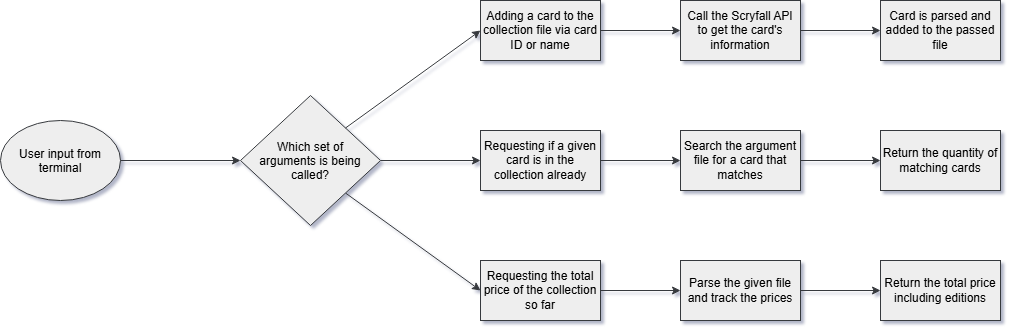
This is Diagram.png from cdyvig/MTGCardFetcher, a draw.io export, as it was before one commit. Source tidied: cells renumbered, new cells last; positions are measured from the earlier drawing's top-left corner, leaving out a move shared by most shapes.
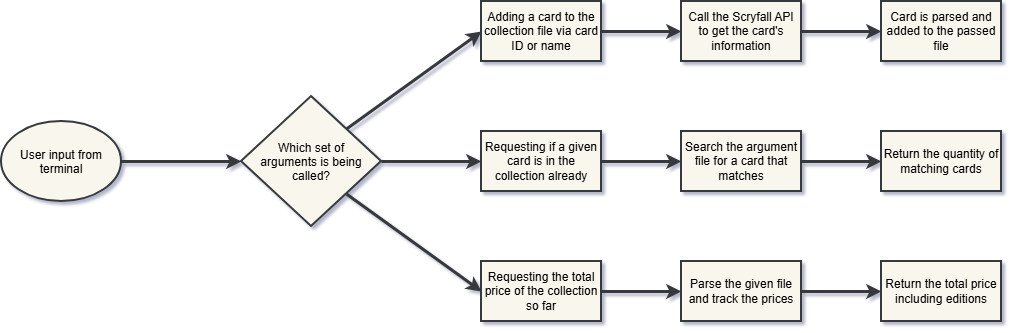
The same file after the commit.

Commit message:
Making diagram more readable and arrows visible

Diff of the diagram source:
```diff
@@ -2,69 +2,69 @@
   <root>
     <mxCell id="0" />
     <mxCell id="1" parent="0" />
-    <mxCell id="2" style="rounded=0;jettySize=auto;html=1;defaultLabelBackgroundColor=page;fontColor=default;fillColor=#eeeeee;strokeColor=#36393d;" parent="1" edge="1" source="3" target="15">
+    <mxCell id="2" style="rounded=0;jettySize=auto;html=1;defaultLabelBackgroundColor=page;fontColor=default;fillColor=#f9f7ed;strokeColor=light-dark(#36393D, #ffffff);strokeWidth=3;startSize=6;" parent="1" edge="1" source="3" target="15">
       <mxGeometry relative="1" as="geometry" />
     </mxCell>
-    <mxCell id="3" value="Adding a card to the collection file via card ID or name" style="rounded=0;whiteSpace=wrap;html=1;labelBackgroundColor=none;fillColor=#eeeeee;strokeColor=#36393d;" parent="1" vertex="1">
+    <mxCell id="3" value="Adding a card to the collection file via card ID or name" style="rounded=0;whiteSpace=wrap;html=1;labelBackgroundColor=none;fillColor=#f9f7ed;strokeColor=light-dark(#36393D,#F7FBFF);strokeWidth=2;" parent="1" vertex="1">
       <mxGeometry x="480" width="120" height="60" as="geometry" />
     </mxCell>
-    <mxCell id="4" style="edgeStyle=orthogonalEdgeStyle;rounded=0;jettySize=auto;html=1;defaultLabelBackgroundColor=page;fontColor=default;fillColor=#eeeeee;strokeColor=#36393d;" parent="1" edge="1" source="5" target="21">
+    <mxCell id="4" style="edgeStyle=orthogonalEdgeStyle;rounded=0;jettySize=auto;html=1;defaultLabelBackgroundColor=page;fontColor=default;fillColor=#f9f7ed;strokeColor=light-dark(#36393D, #ffffff);strokeWidth=3;startSize=6;" parent="1" edge="1" source="5" target="21">
       <mxGeometry relative="1" as="geometry" />
     </mxCell>
-    <mxCell id="5" value="Requesting the total price of the collection so far" style="rounded=0;whiteSpace=wrap;html=1;labelBackgroundColor=none;fillColor=#eeeeee;strokeColor=#36393d;" parent="1" vertex="1">
+    <mxCell id="5" value="Requesting the total price of the collection so far" style="rounded=0;whiteSpace=wrap;html=1;labelBackgroundColor=none;fillColor=#f9f7ed;strokeColor=light-dark(#36393D,#F7FBFF);strokeWidth=2;" parent="1" vertex="1">
       <mxGeometry x="480" y="260" width="120" height="60" as="geometry" />
     </mxCell>
-    <mxCell id="6" value="User input from terminal" style="ellipse;whiteSpace=wrap;html=1;shapeInside=1;labelBackgroundColor=none;fillColor=#eeeeee;strokeColor=#36393d;" parent="1" vertex="1">
+    <mxCell id="6" value="User input from terminal" style="ellipse;whiteSpace=wrap;html=1;shapeInside=1;labelBackgroundColor=none;fillColor=#f9f7ed;strokeColor=light-dark(#36393D,#F7FBFF);strokeWidth=2;" parent="1" vertex="1">
       <mxGeometry y="120" width="120" height="80" as="geometry" />
     </mxCell>
-    <mxCell id="7" style="endArrow=classic;html=1;rounded=0;defaultLabelBackgroundColor=page;exitX=1;exitY=0.5;exitDx=0;exitDy=0;entryX=0;entryY=0.5;entryDx=0;entryDy=0;fontColor=default;fillColor=#eeeeee;strokeColor=#36393d;" parent="1" edge="1" source="6">
+    <mxCell id="7" style="endArrow=classic;html=1;rounded=0;defaultLabelBackgroundColor=page;exitX=1;exitY=0.5;exitDx=0;exitDy=0;entryX=0;entryY=0.5;entryDx=0;entryDy=0;fontColor=default;fillColor=#f9f7ed;strokeColor=light-dark(#36393D, #ffffff);strokeWidth=3;startSize=6;" parent="1" edge="1" source="6">
       <mxGeometry relative="1" as="geometry">
         <mxPoint x="240" y="160" as="targetPoint" />
       </mxGeometry>
     </mxCell>
-    <mxCell id="8" style="rounded=0;jettySize=auto;html=1;exitX=1;exitY=1;exitDx=0;exitDy=0;defaultLabelBackgroundColor=page;entryX=0;entryY=0.5;entryDx=0;entryDy=0;fontColor=default;fillColor=#eeeeee;strokeColor=#36393d;" parent="1" edge="1" source="10" target="5">
+    <mxCell id="8" style="rounded=0;jettySize=auto;html=1;exitX=1;exitY=1;exitDx=0;exitDy=0;defaultLabelBackgroundColor=page;entryX=0;entryY=0.5;entryDx=0;entryDy=0;fontColor=default;fillColor=#f9f7ed;strokeColor=light-dark(#36393D, #ffffff);strokeWidth=3;startSize=6;" parent="1" edge="1" source="10" target="5">
       <mxGeometry x="-0.18" relative="1" as="geometry" />
     </mxCell>
-    <mxCell id="9" style="edgeStyle=orthogonalEdgeStyle;rounded=0;jettySize=auto;html=1;defaultLabelBackgroundColor=page;entryX=0;entryY=0.5;entryDx=0;entryDy=0;fontColor=default;fillColor=#eeeeee;strokeColor=#36393d;" parent="1" edge="1" source="10" target="13">
+    <mxCell id="9" style="edgeStyle=orthogonalEdgeStyle;rounded=0;jettySize=auto;html=1;defaultLabelBackgroundColor=page;entryX=0;entryY=0.5;entryDx=0;entryDy=0;fontColor=default;fillColor=#f9f7ed;strokeColor=light-dark(#36393D, #ffffff);strokeWidth=3;startSize=6;" parent="1" edge="1" source="10" target="13">
       <mxGeometry relative="1" as="geometry" />
     </mxCell>
-    <mxCell id="10" value="Which set of arguments is being called?" style="rhombus;whiteSpace=wrap;html=1;shapeInside=1;labelBackgroundColor=none;fillColor=#eeeeee;strokeColor=#36393d;" parent="1" vertex="1">
+    <mxCell id="10" value="Which set of arguments is being called?" style="rhombus;whiteSpace=wrap;html=1;shapeInside=1;labelBackgroundColor=none;fillColor=#f9f7ed;strokeColor=light-dark(#36393D,#F7FBFF);strokeWidth=2;" parent="1" vertex="1">
       <mxGeometry x="240" y="95" width="140" height="130" as="geometry" />
     </mxCell>
-    <mxCell id="11" style="endArrow=classic;html=1;rounded=0;defaultLabelBackgroundColor=page;exitX=1;exitY=0;exitDx=0;exitDy=0;entryX=0;entryY=0.5;entryDx=0;entryDy=0;fontColor=default;fillColor=#eeeeee;strokeColor=#36393d;" parent="1" edge="1" source="10" target="3">
+    <mxCell id="11" style="endArrow=classic;html=1;rounded=0;defaultLabelBackgroundColor=page;exitX=1;exitY=0;exitDx=0;exitDy=0;entryX=0;entryY=0.5;entryDx=0;entryDy=0;fontColor=default;fillColor=#f9f7ed;strokeColor=light-dark(#36393D, #ffffff);strokeWidth=3;startSize=6;" parent="1" edge="1" source="10" target="3">
       <mxGeometry relative="1" as="geometry" />
     </mxCell>
-    <mxCell id="12" style="edgeStyle=orthogonalEdgeStyle;rounded=0;jettySize=auto;html=1;defaultLabelBackgroundColor=page;fontColor=default;fillColor=#eeeeee;strokeColor=#36393d;" parent="1" edge="1" source="13" target="18">
+    <mxCell id="12" style="edgeStyle=orthogonalEdgeStyle;rounded=0;jettySize=auto;html=1;defaultLabelBackgroundColor=page;fontColor=default;fillColor=#f9f7ed;strokeColor=light-dark(#36393D, #ffffff);strokeWidth=3;startSize=6;" parent="1" edge="1" source="13" target="18">
       <mxGeometry relative="1" as="geometry" />
     </mxCell>
-    <mxCell id="13" value="Requesting if a given card is in the collection already" style="rounded=0;whiteSpace=wrap;html=1;labelBackgroundColor=none;fillColor=#eeeeee;strokeColor=#36393d;" parent="1" vertex="1">
+    <mxCell id="13" value="Requesting if a given card is in the collection already" style="rounded=0;whiteSpace=wrap;html=1;labelBackgroundColor=none;fillColor=#f9f7ed;strokeColor=light-dark(#36393D,#F7FBFF);strokeWidth=2;" parent="1" vertex="1">
       <mxGeometry x="480" y="130" width="120" height="60" as="geometry" />
     </mxCell>
-    <mxCell id="14" style="edgeStyle=orthogonalEdgeStyle;rounded=0;jettySize=auto;html=1;defaultLabelBackgroundColor=page;fontColor=default;fillColor=#eeeeee;strokeColor=#36393d;" parent="1" edge="1" source="15" target="16">
+    <mxCell id="14" style="edgeStyle=orthogonalEdgeStyle;rounded=0;jettySize=auto;html=1;defaultLabelBackgroundColor=page;fontColor=default;fillColor=#f9f7ed;strokeColor=light-dark(#36393D, #ffffff);strokeWidth=3;startSize=6;" parent="1" edge="1" source="15" target="16">
       <mxGeometry relative="1" as="geometry" />
     </mxCell>
-    <mxCell id="15" value="Call the Scryfall API to get the card's information" style="whiteSpace=wrap;html=1;rounded=0;labelBackgroundColor=none;fillColor=#eeeeee;strokeColor=#36393d;" parent="1" vertex="1">
+    <mxCell id="15" value="Call the Scryfall API to get the card's information" style="whiteSpace=wrap;html=1;rounded=0;labelBackgroundColor=none;fillColor=#f9f7ed;strokeColor=light-dark(#36393D,#F7FBFF);strokeWidth=2;" parent="1" vertex="1">
       <mxGeometry x="680" width="120" height="60" as="geometry" />
     </mxCell>
-    <mxCell id="16" value="Card is parsed and added to the passed file" style="whiteSpace=wrap;html=1;rounded=0;labelBackgroundColor=none;fillColor=#eeeeee;strokeColor=#36393d;" parent="1" vertex="1">
+    <mxCell id="16" value="Card is parsed and added to the passed file" style="whiteSpace=wrap;html=1;rounded=0;labelBackgroundColor=none;fillColor=#f9f7ed;strokeColor=light-dark(#36393D,#F7FBFF);strokeWidth=2;" parent="1" vertex="1">
       <mxGeometry x="880" width="120" height="60" as="geometry" />
     </mxCell>
-    <mxCell id="17" style="edgeStyle=orthogonalEdgeStyle;rounded=0;jettySize=auto;html=1;defaultLabelBackgroundColor=page;fontColor=default;fillColor=#eeeeee;strokeColor=#36393d;" parent="1" edge="1" source="18" target="19">
+    <mxCell id="17" style="edgeStyle=orthogonalEdgeStyle;rounded=0;jettySize=auto;html=1;defaultLabelBackgroundColor=page;fontColor=default;fillColor=#f9f7ed;strokeColor=light-dark(#36393D, #ffffff);strokeWidth=3;startSize=6;" parent="1" edge="1" source="18" target="19">
       <mxGeometry relative="1" as="geometry" />
     </mxCell>
-    <mxCell id="18" value="Search the argument file for a card that matches" style="whiteSpace=wrap;html=1;rounded=0;labelBackgroundColor=none;fillColor=#eeeeee;strokeColor=#36393d;" parent="1" vertex="1">
+    <mxCell id="18" value="Search the argument file for a card that matches" style="whiteSpace=wrap;html=1;rounded=0;labelBackgroundColor=none;fillColor=#f9f7ed;strokeColor=light-dark(#36393D,#F7FBFF);strokeWidth=2;" parent="1" vertex="1">
       <mxGeometry x="680" y="130" width="120" height="60" as="geometry" />
     </mxCell>
-    <mxCell id="19" value="Return the quantity of matching cards" style="whiteSpace=wrap;html=1;rounded=0;labelBackgroundColor=none;fillColor=#eeeeee;strokeColor=#36393d;" parent="1" vertex="1">
+    <mxCell id="19" value="Return the quantity of matching cards" style="whiteSpace=wrap;html=1;rounded=0;labelBackgroundColor=none;fillColor=#f9f7ed;strokeColor=light-dark(#36393D,#F7FBFF);strokeWidth=2;" parent="1" vertex="1">
       <mxGeometry x="880" y="130" width="120" height="60" as="geometry" />
     </mxCell>
-    <mxCell id="20" style="edgeStyle=orthogonalEdgeStyle;rounded=0;jettySize=auto;html=1;defaultLabelBackgroundColor=page;fontColor=default;fillColor=#eeeeee;strokeColor=#36393d;" parent="1" edge="1" source="21" target="22">
+    <mxCell id="20" style="edgeStyle=orthogonalEdgeStyle;rounded=0;jettySize=auto;html=1;defaultLabelBackgroundColor=page;fontColor=default;fillColor=#f9f7ed;strokeColor=light-dark(#36393D, #ffffff);strokeWidth=3;startSize=6;" parent="1" edge="1" source="21" target="22">
       <mxGeometry relative="1" as="geometry" />
     </mxCell>
-    <mxCell id="21" value="Parse the given file and track the prices" style="whiteSpace=wrap;html=1;rounded=0;labelBackgroundColor=none;fillColor=#eeeeee;strokeColor=#36393d;" parent="1" vertex="1">
+    <mxCell id="21" value="Parse the given file and track the prices" style="whiteSpace=wrap;html=1;rounded=0;labelBackgroundColor=none;fillColor=#f9f7ed;strokeColor=light-dark(#36393D,#F7FBFF);strokeWidth=2;" parent="1" vertex="1">
       <mxGeometry x="680" y="260" width="120" height="60" as="geometry" />
     </mxCell>
-    <mxCell id="22" value="Return the total price including editions" style="whiteSpace=wrap;html=1;rounded=0;labelBackgroundColor=none;fillColor=#eeeeee;strokeColor=#36393d;" parent="1" vertex="1">
+    <mxCell id="22" value="Return the total price including editions" style="whiteSpace=wrap;html=1;rounded=0;labelBackgroundColor=none;fillColor=#f9f7ed;strokeColor=light-dark(#36393D,#F7FBFF);strokeWidth=2;" parent="1" vertex="1">
       <mxGeometry x="880" y="260" width="120" height="60" as="geometry" />
     </mxCell>
   </root>
```
